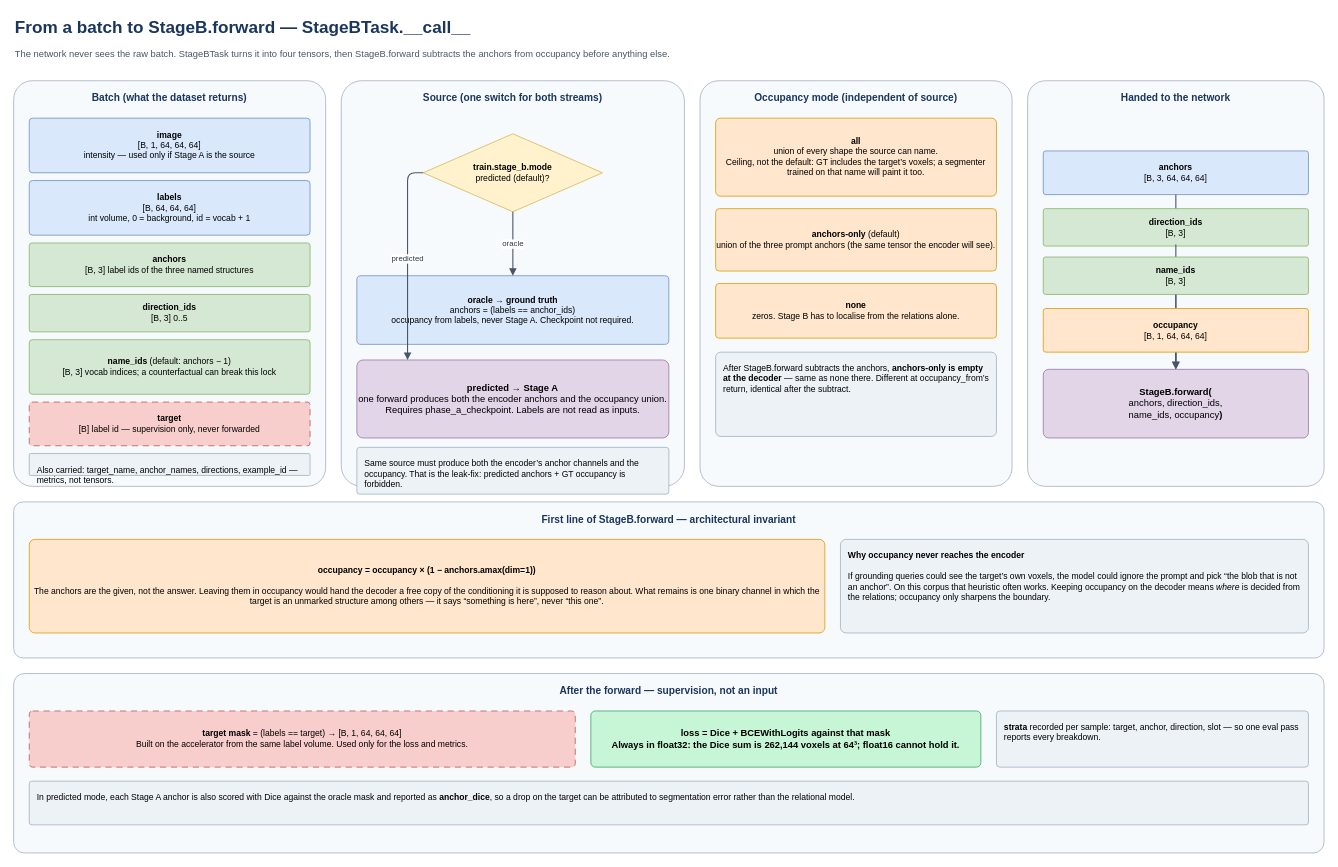
Earlier version of the draw.io diagram page "2. Building the inputs" (2 of 3) of docs/method/flowcharts/05_stage_b.drawio (MaximeHuppe/SpatialVox). Source tidied: cells renumbered, new cells numbered last; positions are measured from the earlier drawing's top-left corner, leaving out a move shared by most shapes. Both pictures are drawn from the tidied source at 78%, with x=0, y=0 at pixel (13, 13).
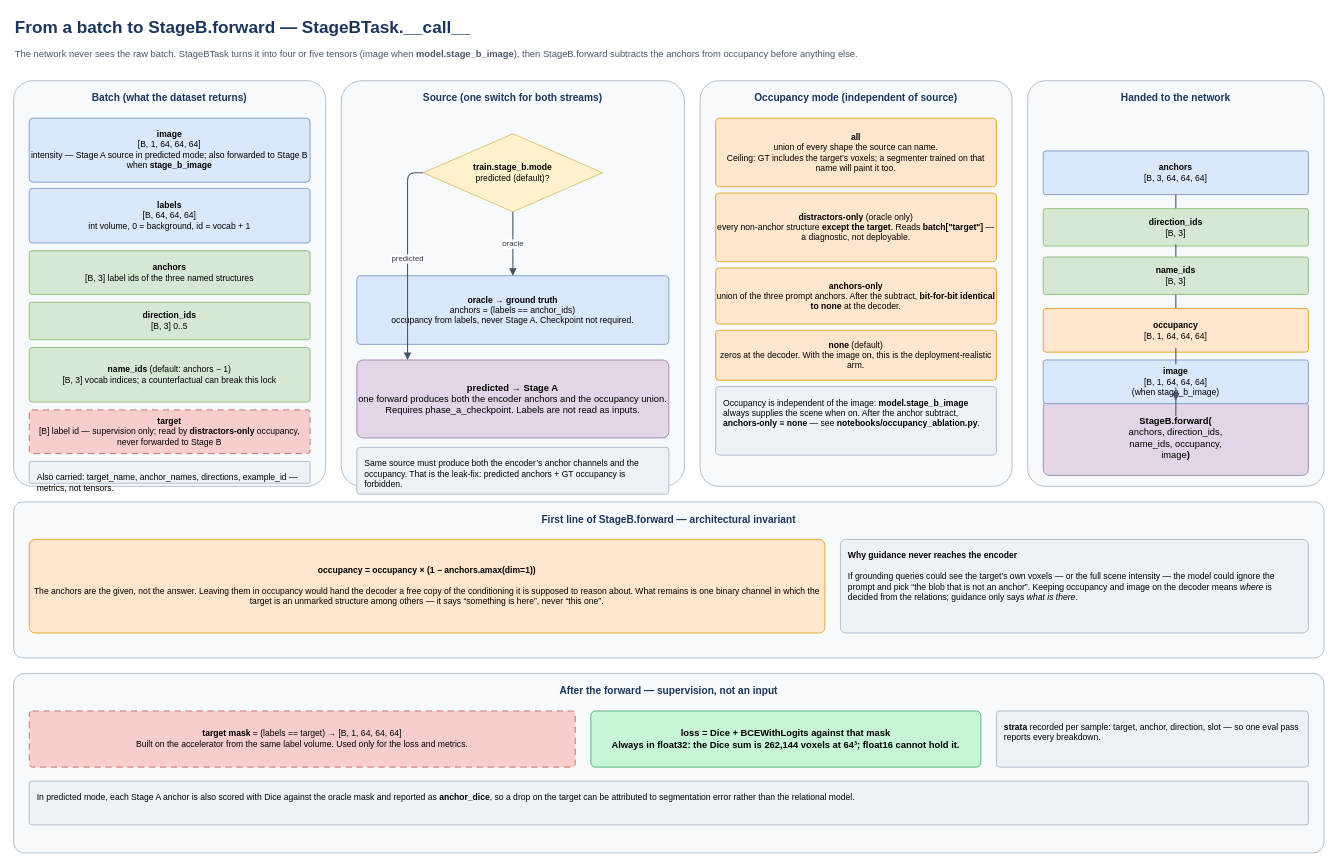
After the change.

Commit message (it also covers changes not shown here):
feat(stage-b): feed intensity volume at decoder after occupancy ablation

The change refers to these unchanged cells:
```xml
<mxCell id="41" value="&lt;b&gt;name_ids&lt;/b&gt;&lt;br&gt;[B, 3]" style="rounded=1;whiteSpace=wrap;html=1;fillColor=#D5E8D4;strokeColor=#82B366;fontSize=11;fontFamily=Helvetica;arcSize=6;" parent="1" vertex="1">
  <mxGeometry x="1320" y="312" width="340" height="48" as="geometry" />
</mxCell>
<mxCell id="43" value="&lt;b&gt;occupancy&lt;/b&gt;&lt;br&gt;[B, 1, 64, 64, 64]" style="rounded=1;whiteSpace=wrap;html=1;fillColor=#FFE6CC;strokeColor=#D79B00;fontSize=11;fontFamily=Helvetica;arcSize=6;" parent="1" vertex="1">
  <mxGeometry x="1320" y="378" width="340" height="56" as="geometry" />
</mxCell>
```

The edit, as a diff of the source:
```diff
@@
-    <mxCell id="3" value="The network never sees the raw batch. StageBTask turns it into four tensors, then StageB.forward subtracts the anchors from occupancy before anything else." style="text;html=1;strokeColor=none;fillColor=none;align=left;verticalAlign=top;fontSize=12;fontColor=#4A5568;fontFamily=Helvetica;" parent="1" vertex="1">
+    <mxCell id="3" value="The network never sees the raw batch. StageBTask turns it into four or five tensors (image when &lt;b&gt;model.stage_b_image&lt;/b&gt;), then StageB.forward subtracts the anchors from occupancy before anything else." style="text;html=1;strokeColor=none;fillColor=none;align=left;verticalAlign=top;fontSize=12;fontColor=#4A5568;fontFamily=Helvetica;" parent="1" vertex="1">
       <mxGeometry y="38" width="1680" height="36" as="geometry" />
     </mxCell>
@@
-    <mxCell id="5" value="&lt;b&gt;image&lt;/b&gt;&lt;br&gt;[B, 1, 64, 64, 64]&lt;br&gt;intensity — used only if Stage A is the source" style="rounded=1;whiteSpace=wrap;html=1;fillColor=#DAE8FC;strokeColor=#6C8EBF;fontSize=11;fontFamily=Helvetica;arcSize=6;" parent="1" vertex="1">
-      <mxGeometry x="20" y="134" width="360" height="70" as="geometry" />
+    <mxCell id="5" value="&lt;b&gt;image&lt;/b&gt;&lt;br&gt;[B, 1, 64, 64, 64]&lt;br&gt;intensity — Stage A source in predicted mode; also forwarded to Stage B when &lt;b&gt;stage_b_image&lt;/b&gt;" style="rounded=1;whiteSpace=wrap;html=1;fillColor=#DAE8FC;strokeColor=#6C8EBF;fontSize=11;fontFamily=Helvetica;arcSize=6;" parent="1" vertex="1">
+      <mxGeometry x="20" y="134" width="360" height="82" as="geometry" />
     </mxCell>
     <mxCell id="6" value="&lt;b&gt;labels&lt;/b&gt;&lt;br&gt;[B, 64, 64, 64]&lt;br&gt;int volume, 0 = background, id = vocab + 1" style="rounded=1;whiteSpace=wrap;html=1;fillColor=#DAE8FC;strokeColor=#6C8EBF;fontSize=11;fontFamily=Helvetica;arcSize=6;" parent="1" vertex="1">
-      <mxGeometry x="20" y="214" width="360" height="70" as="geometry" />
+      <mxGeometry x="20" y="224" width="360" height="70" as="geometry" />
     </mxCell>
     <mxCell id="7" value="&lt;b&gt;anchors&lt;/b&gt;&lt;br&gt;[B, 3]  label ids of the three named structures" style="rounded=1;whiteSpace=wrap;html=1;fillColor=#D5E8D4;strokeColor=#82B366;fontSize=11;fontFamily=Helvetica;arcSize=6;" parent="1" vertex="1">
-      <mxGeometry x="20" y="294" width="360" height="56" as="geometry" />
+      <mxGeometry x="20" y="304" width="360" height="56" as="geometry" />
     </mxCell>
     <mxCell id="8" value="&lt;b&gt;direction_ids&lt;/b&gt;&lt;br&gt;[B, 3]  0..5" style="rounded=1;whiteSpace=wrap;html=1;fillColor=#D5E8D4;strokeColor=#82B366;fontSize=11;fontFamily=Helvetica;arcSize=6;" parent="1" vertex="1">
-      <mxGeometry x="20" y="360" width="360" height="48" as="geometry" />
+      <mxGeometry x="20" y="370" width="360" height="48" as="geometry" />
     </mxCell>
     <mxCell id="9" value="&lt;b&gt;name_ids&lt;/b&gt;  (default: anchors − 1)&lt;br&gt;[B, 3]  vocab indices; a counterfactual can break this lock" style="rounded=1;whiteSpace=wrap;html=1;fillColor=#D5E8D4;strokeColor=#82B366;fontSize=11;fontFamily=Helvetica;arcSize=6;" parent="1" vertex="1">
-      <mxGeometry x="20" y="418" width="360" height="70" as="geometry" />
+      <mxGeometry x="20" y="428" width="360" height="70" as="geometry" />
     </mxCell>
-    <mxCell id="10" value="&lt;b&gt;target&lt;/b&gt;&lt;br&gt;[B]  label id — supervision only, never forwarded" style="rounded=1;whiteSpace=wrap;html=1;fillColor=#F8CECC;strokeColor=#B85450;fontSize=11;fontFamily=Helvetica;arcSize=6;dashed=1;dashPattern=8 6;" parent="1" vertex="1">
-      <mxGeometry x="20" y="498" width="360" height="56" as="geometry" />
+    <mxCell id="10" value="&lt;b&gt;target&lt;/b&gt;&lt;br&gt;[B]  label id — supervision only; read by &lt;b&gt;distractors-only&lt;/b&gt; occupancy, never forwarded to Stage B" style="rounded=1;whiteSpace=wrap;html=1;fillColor=#F8CECC;strokeColor=#B85450;fontSize=11;fontFamily=Helvetica;arcSize=6;dashed=1;dashPattern=8 6;" parent="1" vertex="1">
+      <mxGeometry x="20" y="508" width="360" height="56" as="geometry" />
     </mxCell>
     <mxCell id="11" value="Also carried: target_name, anchor_names, directions, example_id — metrics, not tensors." style="rounded=1;whiteSpace=wrap;html=1;fillColor=#EDF2F7;strokeColor=#A0AEC0;fontSize=11;fontFamily=Helvetica;align=left;spacing=10;verticalAlign=top;arcSize=6;" parent="1" vertex="1">
-      <mxGeometry x="20" y="564" width="360" height="28" as="geometry" />
+      <mxGeometry x="20" y="574" width="360" height="28" as="geometry" />
     </mxCell>
@@
-    <mxCell id="20" value="&lt;b&gt;all&lt;/b&gt;&lt;br&gt;union of every shape the source can name.&lt;br&gt;Ceiling, not the default: GT includes the target’s voxels; a segmenter trained on that name will paint it too." style="rounded=1;whiteSpace=wrap;html=1;fillColor=#FFE6CC;strokeColor=#D79B00;fontSize=11;fontFamily=Helvetica;arcSize=6;" parent="1" vertex="1">
-      <mxGeometry x="900" y="134" width="360" height="100" as="geometry" />
+    <mxCell id="20" value="&lt;b&gt;all&lt;/b&gt;&lt;br&gt;union of every shape the source can name.&lt;br&gt;Ceiling: GT includes the target’s voxels; a segmenter trained on that name will paint it too." style="rounded=1;whiteSpace=wrap;html=1;fillColor=#FFE6CC;strokeColor=#D79B00;fontSize=11;fontFamily=Helvetica;arcSize=6;" parent="1" vertex="1">
+      <mxGeometry x="900" y="134" width="360" height="88" as="geometry" />
     </mxCell>
+    <mxCell id="44" value="&lt;b&gt;distractors-only&lt;/b&gt;  (oracle only)&lt;br&gt;every non-anchor structure &lt;b&gt;except the target&lt;/b&gt;. Reads &lt;b&gt;batch[&quot;target&quot;]&lt;/b&gt; — a diagnostic, not deployable." style="rounded=1;whiteSpace=wrap;html=1;fillColor=#FFE6CC;strokeColor=#D79B00;fontSize=11;fontFamily=Helvetica;arcSize=6;" parent="1" vertex="1">
+      <mxGeometry x="900" y="230" width="360" height="88" as="geometry" />
+    </mxCell>
-    <mxCell id="21" value="&lt;b&gt;anchors-only&lt;/b&gt;  (default)&lt;br&gt;union of the three prompt anchors (the same tensor the encoder will see)." style="rounded=1;whiteSpace=wrap;html=1;fillColor=#FFE6CC;strokeColor=#D79B00;fontSize=11;fontFamily=Helvetica;arcSize=6;" parent="1" vertex="1">
-      <mxGeometry x="900" y="250" width="360" height="80" as="geometry" />
+    <mxCell id="21" value="&lt;b&gt;anchors-only&lt;/b&gt;&lt;br&gt;union of the three prompt anchors. After the subtract, &lt;b&gt;bit-for-bit identical to none&lt;/b&gt; at the decoder." style="rounded=1;whiteSpace=wrap;html=1;fillColor=#FFE6CC;strokeColor=#D79B00;fontSize=11;fontFamily=Helvetica;arcSize=6;" parent="1" vertex="1">
+      <mxGeometry x="900" y="326" width="360" height="72" as="geometry" />
     </mxCell>
-    <mxCell id="22" value="&lt;b&gt;none&lt;/b&gt;&lt;br&gt;zeros. Stage B has to localise from the relations alone." style="rounded=1;whiteSpace=wrap;html=1;fillColor=#FFE6CC;strokeColor=#D79B00;fontSize=11;fontFamily=Helvetica;arcSize=6;" parent="1" vertex="1">
-      <mxGeometry x="900" y="346" width="360" height="70" as="geometry" />
+    <mxCell id="22" value="&lt;b&gt;none&lt;/b&gt;  (default)&lt;br&gt;zeros at the decoder. With the image on, this is the deployment-realistic arm." style="rounded=1;whiteSpace=wrap;html=1;fillColor=#FFE6CC;strokeColor=#D79B00;fontSize=11;fontFamily=Helvetica;arcSize=6;" parent="1" vertex="1">
+      <mxGeometry x="900" y="406" width="360" height="64" as="geometry" />
     </mxCell>
-    <mxCell id="23" value="After StageB.forward subtracts the anchors, &lt;b&gt;anchors-only is empty at the decoder&lt;/b&gt; — same as none there. Different at occupancy_from’s return, identical after the subtract." style="rounded=1;whiteSpace=wrap;html=1;fillColor=#EDF2F7;strokeColor=#A0AEC0;fontSize=11;fontFamily=Helvetica;align=left;spacing=10;verticalAlign=top;arcSize=6;" parent="1" vertex="1">
-      <mxGeometry x="900" y="434" width="360" height="108" as="geometry" />
+    <mxCell id="23" value="Occupancy is independent of the image: &lt;b&gt;model.stage_b_image&lt;/b&gt; always supplies the scene when on. After the anchor subtract, &lt;b&gt;anchors-only ≡ none&lt;/b&gt; — see &lt;b&gt;notebooks/occupancy_ablation.py&lt;/b&gt;." style="rounded=1;whiteSpace=wrap;html=1;fillColor=#EDF2F7;strokeColor=#A0AEC0;fontSize=11;fontFamily=Helvetica;align=left;spacing=10;verticalAlign=top;arcSize=6;" parent="1" vertex="1">
+      <mxGeometry x="900" y="478" width="360" height="88" as="geometry" />
     </mxCell>
@@
-    <mxCell id="26" value="&lt;b&gt;StageB.forward(&lt;/b&gt;&lt;br&gt;anchors, direction_ids,&lt;br&gt;name_ids, occupancy&lt;b&gt;)&lt;/b&gt;" style="rounded=1;whiteSpace=wrap;html=1;fillColor=#E1D5E7;strokeColor=#9673A6;fontSize=12;fontFamily=Helvetica;arcSize=8;verticalAlign=middle;" parent="1" vertex="1">
-      <mxGeometry x="1320" y="456" width="340" height="88" as="geometry" />
+    <mxCell id="26" value="&lt;b&gt;StageB.forward(&lt;/b&gt;&lt;br&gt;anchors, direction_ids,&lt;br&gt;name_ids, occupancy,&lt;br&gt;image&lt;b&gt;)&lt;/b&gt;" style="rounded=1;whiteSpace=wrap;html=1;fillColor=#E1D5E7;strokeColor=#9673A6;fontSize=12;fontFamily=Helvetica;arcSize=8;verticalAlign=middle;" parent="1" vertex="1">
+      <mxGeometry x="1320" y="496" width="340" height="96" as="geometry" />
     </mxCell>
-    <mxCell id="27" style="edgeStyle=orthogonalEdgeStyle;rounded=1;jettySize=auto;html=1;endArrow=block;endFill=1;strokeWidth=1.4;strokeColor=#4A5568;fontSize=10;fontColor=#2D3748;startArrow=none;" parent="1" edge="1" source="41" target="26">
-      <mxGeometry relative="1" as="geometry" />
-    </mxCell>
-    <mxCell id="28" style="edgeStyle=orthogonalEdgeStyle;rounded=1;jettySize=auto;html=1;endArrow=block;endFill=1;strokeWidth=1.4;strokeColor=#4A5568;fontSize=10;fontColor=#2D3748;startArrow=none;" parent="1" edge="1" source="43" target="26">
-      <mxGeometry relative="1" as="geometry" />
-    </mxCell>
-    <mxCell id="29" style="edgeStyle=orthogonalEdgeStyle;rounded=1;jettySize=auto;html=1;endArrow=block;endFill=1;strokeWidth=1.4;strokeColor=#4A5568;fontSize=10;fontColor=#2D3748;" parent="1" edge="1" source="43" target="26">
-      <mxGeometry relative="1" as="geometry" />
-    </mxCell>
@@
-    <mxCell id="32" value="&lt;b&gt;Why occupancy never reaches the encoder&lt;/b&gt;&lt;br&gt;&lt;br&gt;If grounding queries could see the target’s own voxels, the model could ignore the prompt and pick “the blob that is not an anchor”. On this corpus that heuristic often works. Keeping occupancy on the decoder means &lt;i&gt;where&lt;/i&gt; is decided from the relations; occupancy only sharpens the boundary." style="rounded=1;whiteSpace=wrap;html=1;fillColor=#EDF2F7;strokeColor=#A0AEC0;fontSize=11;fontFamily=Helvetica;align=left;spacing=10;verticalAlign=top;arcSize=6;" parent="1" vertex="1">
+    <mxCell id="32" value="&lt;b&gt;Why guidance never reaches the encoder&lt;/b&gt;&lt;br&gt;&lt;br&gt;If grounding queries could see the target’s own voxels — or the full scene intensity — the model could ignore the prompt and pick “the blob that is not an anchor”. Keeping occupancy and image on the decoder means &lt;i&gt;where&lt;/i&gt; is decided from the relations; guidance only says &lt;i&gt;what is there&lt;/i&gt;." style="rounded=1;whiteSpace=wrap;html=1;fillColor=#EDF2F7;strokeColor=#A0AEC0;fontSize=11;fontFamily=Helvetica;align=left;spacing=10;verticalAlign=top;arcSize=6;" parent="1" vertex="1">
       <mxGeometry x="1060" y="674" width="600" height="120" as="geometry" />
     </mxCell>
@@
+    <mxCell id="45" value="&lt;b&gt;image&lt;/b&gt;&lt;br&gt;[B, 1, 64, 64, 64]&lt;br&gt;(when stage_b_image)" style="rounded=1;whiteSpace=wrap;html=1;fillColor=#DAE8FC;strokeColor=#6C8EBF;fontSize=11;fontFamily=Helvetica;arcSize=6;" parent="1" vertex="1">
+      <mxGeometry x="1320" y="444" width="340" height="56" as="geometry" />
+    </mxCell>
+    <mxCell id="46" style="edgeStyle=orthogonalEdgeStyle;rounded=1;jettySize=auto;html=1;endArrow=none;endFill=1;strokeWidth=1.4;strokeColor=#4A5568;fontSize=10;fontColor=#2D3748;" parent="1" edge="1" source="43" target="45">
+      <mxGeometry relative="1" as="geometry" />
+    </mxCell>
+    <mxCell id="47" style="edgeStyle=orthogonalEdgeStyle;rounded=1;jettySize=auto;html=1;endArrow=block;endFill=1;strokeWidth=1.4;strokeColor=#4A5568;fontSize=10;fontColor=#2D3748;" parent="1" edge="1" source="45" target="26">
+      <mxGeometry relative="1" as="geometry" />
+    </mxCell>
```
